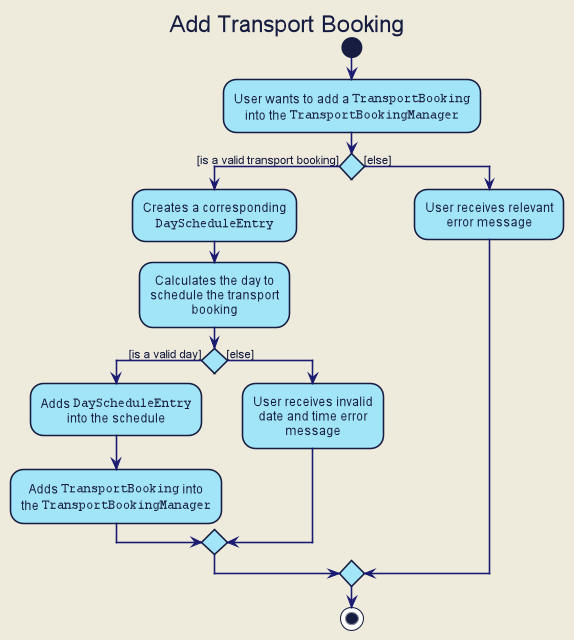
zenatrick/main keeps this PlantUML diagram as docs/images/developer-guide/transport-booking/AddTransportBookingActivityDiagram.png. Above is the earlier version.
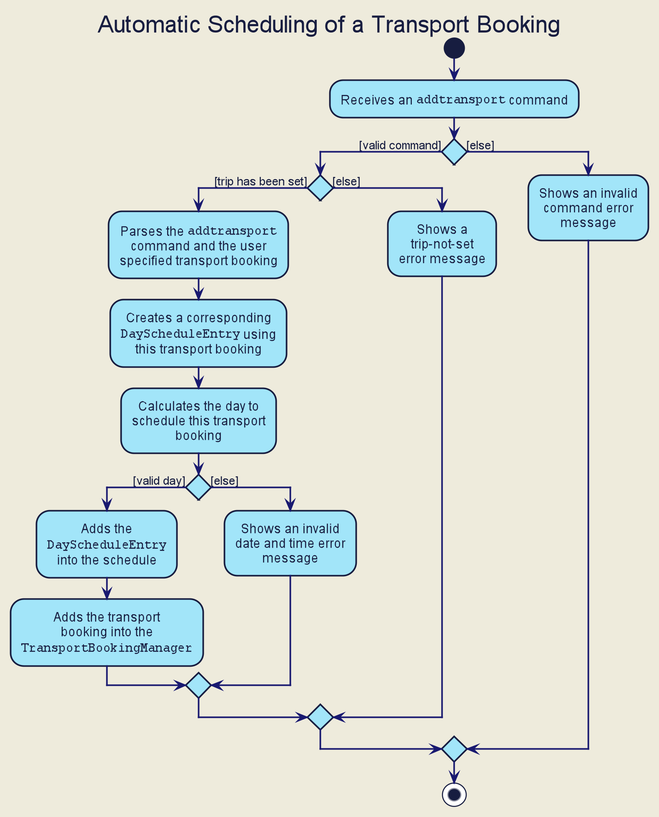
The same diagram one commit later.

Commit message:
Update UML diagrams of Transport for DG

Diff of the diagram source:
```diff
@@ -101,40 +101,57 @@
 
 hide footbox
 hide circle
-title Add Transport Booking
+title Automatic Scheduling of a Transport Booking
 
 start
 
-:User wants to add a ""TransportBooking""
-into the ""TransportBookingManager"";
+:Receives an ""addtransport"" command;
 
-if () then ([is a valid transport booking])
+if () then ([valid command])
 
-    :Creates a corresponding
-    ""DayScheduleEntry"";
+    if () then ([trip has been set])
 
-    :Calculates the day to
-    schedule the transport
-    booking;
+        :Parses the ""addtransport""
+        command and the user
+        specified transport booking;
 
-    if () then ([is a valid day])
+        :Creates a corresponding
+        ""DayScheduleEntry"" using
+        this transport booking;
 
-        :Adds ""DayScheduleEntry""
-        into the schedule;
+        :Calculates the day to
+        schedule this transport
+        booking;
 
-        :Adds ""TransportBooking"" into
-        the ""TransportBookingManager"";
+        if () then ([valid day])
+
+            :Adds the
+            ""DayScheduleEntry""
+            into the schedule;
+
+            :Adds the transport
+            booking into the
+            ""TransportBookingManager"";
+
+        else ([else])
+            :Shows an invalid
+            date and time error
+            message;
+
+        endif
 
     else ([else])
-        :User receives invalid
-        date and time error
-        message;
+
+    :Shows a
+    trip-not-set
+    error message;
 
     endif
 
 else ([else])
-    :User receives relevant
-    error message;
+    :Shows an invalid
+    command error
+    message;
 
 endif
 
```
